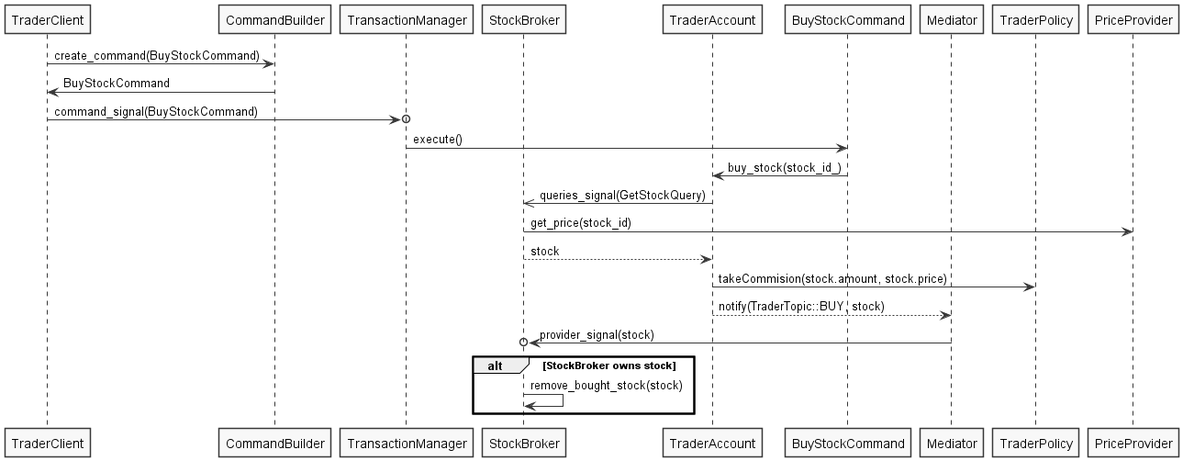
This is stock-market-seq (BUY)/StockMarketSequenceDiagramBuy.png from MarcusGasberg/apk_stock_market, a PlantUML export, as it was before one commit.
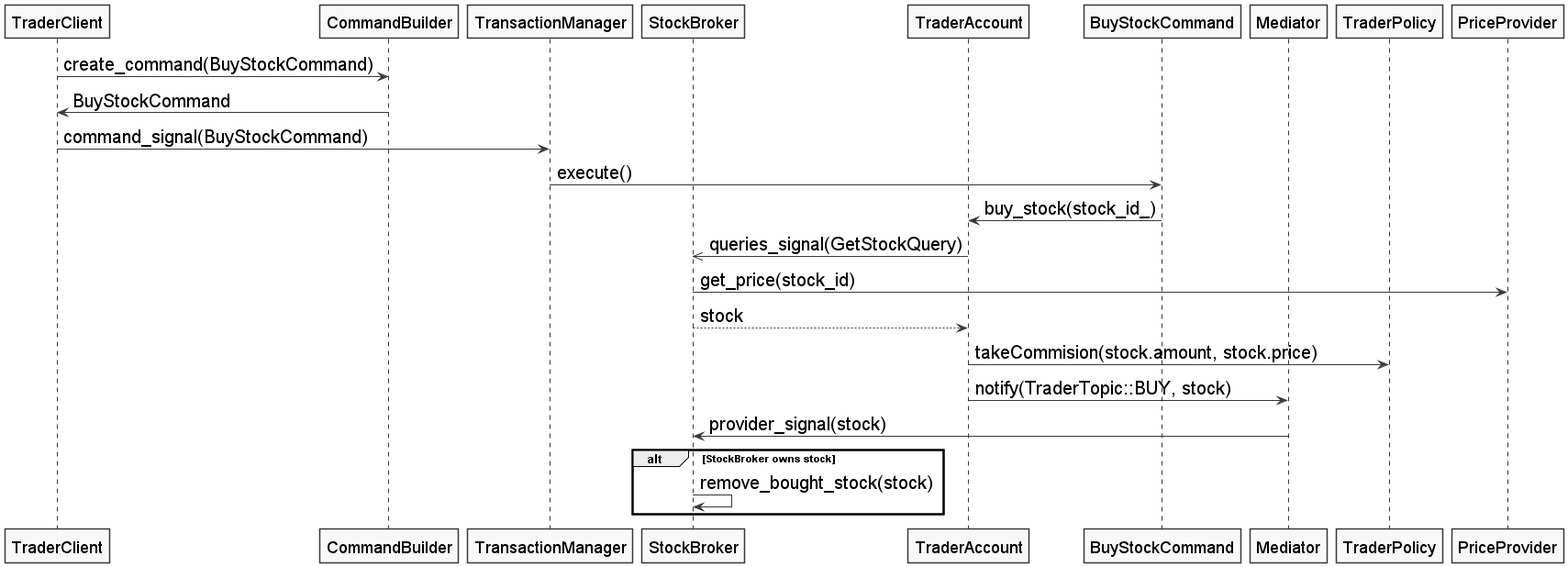
The same diagram one commit later.

The edit, as a diff of the source:
```diff
@@ -1,6 +1,8 @@
 @startuml StockMarketSequenceDiagramBuy
 skinparam Monochrome true
 skinparam Shadowing false
+skinparam ParticipantFontSize 18
+skinparam ArrowFontSize 20
 
 participant TraderClient
 participant CommandBuilder
@@ -14,15 +16,15 @@
 
 TraderClient -> CommandBuilder: create_command(BuyStockCommand)
 CommandBuilder -> TraderClient: BuyStockCommand
-TraderClient ->o TransactionManager: command_signal(BuyStockCommand)
+TraderClient -> TransactionManager: command_signal(BuyStockCommand)
 TransactionManager -> BuyStockCommand: execute()
 BuyStockCommand -> TraderAccount: buy_stock(stock_id_)
 TraderAccount ->> StockBroker: queries_signal(GetStockQuery)
 StockBroker -> PriceProvider: get_price(stock_id)
 StockBroker --> TraderAccount: stock
 TraderAccount -> TraderPolicy: takeCommision(stock.amount, stock.price)
-TraderAccount --> Mediator: notify(TraderTopic::BUY, stock)
-Mediator ->o StockBroker: provider_signal(stock)
+TraderAccount -> Mediator: notify(TraderTopic::BUY, stock)
+Mediator -> StockBroker: provider_signal(stock)
 alt StockBroker owns stock
     StockBroker -> StockBroker: remove_bought_stock(stock)
 end
```
